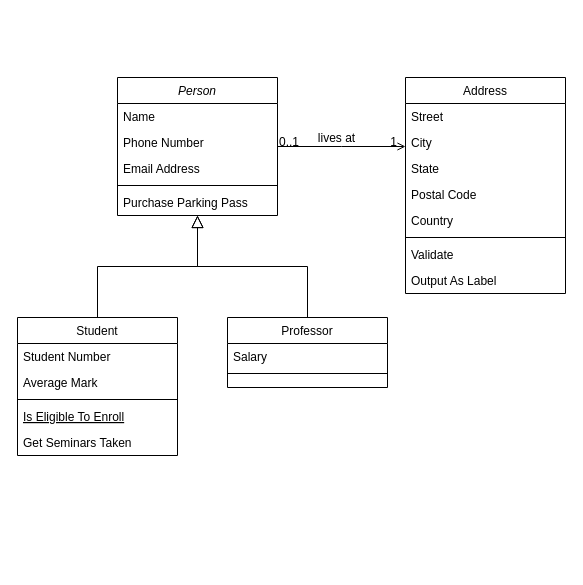
Before: Biểu đồ không có tiêu đề.drawio in nate-q-136/Huong-Dan-Lam-Web, a draw.io diagram. Source tidied: cells renumbered, new cells numbered last; positions are measured from the earlier drawing's top-left corner, leaving out a move shared by most shapes. Both pictures are drawn from the tidied source at 100%, with x=0, y=0 at pixel (17, 77).
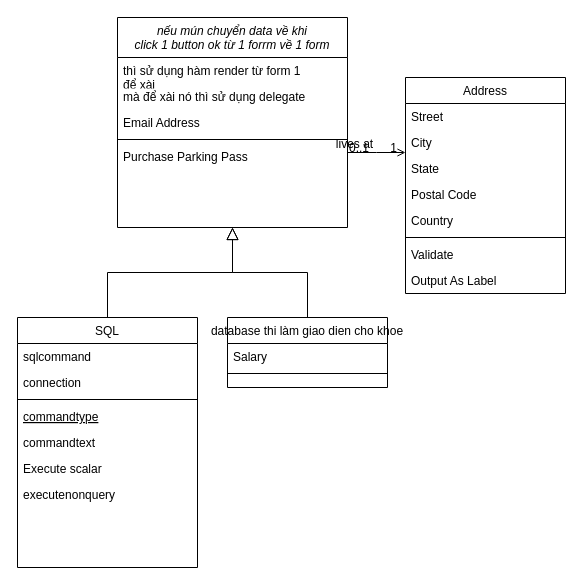
After the change.

Commit message:
Cập nhật Biểu đồ không có tiêu đề.drawio

Change to the diagram source:
```diff
@@
-    <mxCell id="2" value="Person" style="swimlane;fontStyle=2;align=center;verticalAlign=top;horizontal=1;startSize=26;rounded=0;shadow=0;strokeWidth=1;" parent="1" vertex="1">
-      <mxGeometry x="100" width="160" height="138" as="geometry" />
+    <mxCell id="2" value="nếu mún chuyển data về khi&#10;click 1 button ok từ 1 forrm về 1 form" style="swimlane;fontStyle=2;align=center;verticalAlign=top;horizontal=1;startSize=40;rounded=0;shadow=0;strokeWidth=1;" parent="1" vertex="1">
+      <mxGeometry x="100" y="-60" width="230" height="210" as="geometry" />
     </mxCell>
-    <mxCell id="3" value="Name" style="text;align=left;verticalAlign=top;spacingLeft=4;spacingRight=4;overflow=hidden;" parent="2" vertex="1">
-      <mxGeometry y="26" width="160" height="26" as="geometry" />
+    <mxCell id="3" value="thì sử dụng hàm render từ form 1&#10;để xài " style="text;align=left;verticalAlign=top;spacingLeft=4;spacingRight=4;overflow=hidden;" parent="2" vertex="1">
+      <mxGeometry y="40" width="230" height="26" as="geometry" />
     </mxCell>
-    <mxCell id="4" value="Phone Number" style="text;align=left;verticalAlign=top;spacingLeft=4;spacingRight=4;overflow=hidden;rounded=0;shadow=0;html=0;" parent="2" vertex="1">
-      <mxGeometry y="52" width="160" height="26" as="geometry" />
+    <mxCell id="4" value="mà để xài nó thì sử dụng delegate" style="text;align=left;verticalAlign=top;spacingLeft=4;spacingRight=4;overflow=hidden;rounded=0;shadow=0;html=0;" parent="2" vertex="1">
+      <mxGeometry y="66" width="230" height="26" as="geometry" />
     </mxCell>
     <mxCell id="5" value="Email Address" style="text;align=left;verticalAlign=top;spacingLeft=4;spacingRight=4;overflow=hidden;rounded=0;shadow=0;html=0;" parent="2" vertex="1">
-      <mxGeometry y="78" width="160" height="26" as="geometry" />
+      <mxGeometry y="92" width="230" height="26" as="geometry" />
     </mxCell>
     <mxCell id="6" style="line;html=1;strokeWidth=1;align=left;verticalAlign=middle;spacingTop=-1;spacingLeft=3;spacingRight=3;labelPosition=right;" parent="2" vertex="1">
-      <mxGeometry y="104" width="160" height="8" as="geometry" />
+      <mxGeometry y="118" width="230" height="8" as="geometry" />
     </mxCell>
     <mxCell id="7" value="Purchase Parking Pass" style="text;align=left;verticalAlign=top;spacingLeft=4;spacingRight=4;overflow=hidden;" parent="2" vertex="1">
-      <mxGeometry y="112" width="160" height="26" as="geometry" />
+      <mxGeometry y="126" width="230" height="26" as="geometry" />
     </mxCell>
-    <mxCell id="8" value="Student" style="swimlane;fontStyle=0;align=center;verticalAlign=top;horizontal=1;startSize=26;rounded=0;shadow=0;strokeWidth=1;" parent="1" vertex="1">
-      <mxGeometry y="240" width="160" height="138" as="geometry" />
+    <mxCell id="8" value="SQL" style="swimlane;fontStyle=0;align=center;verticalAlign=top;horizontal=1;startSize=26;rounded=0;shadow=0;strokeWidth=1;" parent="1" vertex="1">
+      <mxGeometry y="240" width="180" height="250" as="geometry" />
     </mxCell>
-    <mxCell id="9" value="Student Number" style="text;align=left;verticalAlign=top;spacingLeft=4;spacingRight=4;overflow=hidden;" parent="8" vertex="1">
-      <mxGeometry y="26" width="160" height="26" as="geometry" />
+    <mxCell id="9" value="sqlcommand    " style="text;align=left;verticalAlign=top;spacingLeft=4;spacingRight=4;overflow=hidden;" parent="8" vertex="1">
+      <mxGeometry y="26" width="180" height="26" as="geometry" />
     </mxCell>
-    <mxCell id="10" value="Average Mark" style="text;align=left;verticalAlign=top;spacingLeft=4;spacingRight=4;overflow=hidden;rounded=0;shadow=0;html=0;" parent="8" vertex="1">
-      <mxGeometry y="52" width="160" height="26" as="geometry" />
+    <mxCell id="10" value="connection" style="text;align=left;verticalAlign=top;spacingLeft=4;spacingRight=4;overflow=hidden;rounded=0;shadow=0;html=0;" parent="8" vertex="1">
+      <mxGeometry y="52" width="180" height="26" as="geometry" />
     </mxCell>
     <mxCell id="11" style="line;html=1;strokeWidth=1;align=left;verticalAlign=middle;spacingTop=-1;spacingLeft=3;spacingRight=3;labelPosition=right;" parent="8" vertex="1">
-      <mxGeometry y="78" width="160" height="8" as="geometry" />
+      <mxGeometry y="78" width="180" height="8" as="geometry" />
     </mxCell>
-    <mxCell id="12" value="Is Eligible To Enroll" style="text;align=left;verticalAlign=top;spacingLeft=4;spacingRight=4;overflow=hidden;fontStyle=4;" parent="8" vertex="1">
-      <mxGeometry y="86" width="160" height="26" as="geometry" />
+    <mxCell id="12" value="commandtype" style="text;align=left;verticalAlign=top;spacingLeft=4;spacingRight=4;overflow=hidden;fontStyle=4;" parent="8" vertex="1">
+      <mxGeometry y="86" width="180" height="26" as="geometry" />
     </mxCell>
-    <mxCell id="13" value="Get Seminars Taken" style="text;align=left;verticalAlign=top;spacingLeft=4;spacingRight=4;overflow=hidden;" parent="8" vertex="1">
-      <mxGeometry y="112" width="160" height="26" as="geometry" />
+    <mxCell id="13" value="commandtext" style="text;align=left;verticalAlign=top;spacingLeft=4;spacingRight=4;overflow=hidden;" parent="8" vertex="1">
+      <mxGeometry y="112" width="180" height="26" as="geometry" />
     </mxCell>
+    <mxCell id="32" value="Execute scalar" style="text;align=left;verticalAlign=top;spacingLeft=4;spacingRight=4;overflow=hidden;" parent="8" vertex="1">
+      <mxGeometry y="138" width="180" height="26" as="geometry" />
+    </mxCell>
+    <mxCell id="33" value="executenonquery" style="text;align=left;verticalAlign=top;spacingLeft=4;spacingRight=4;overflow=hidden;" parent="8" vertex="1">
+      <mxGeometry y="164" width="180" height="26" as="geometry" />
+    </mxCell>
@@
-    <mxCell id="15" value="Professor" style="swimlane;fontStyle=0;align=center;verticalAlign=top;horizontal=1;startSize=26;rounded=0;shadow=0;strokeWidth=1;" parent="1" vertex="1">
+    <mxCell id="15" value="database thi làm giao dien cho khoe" style="swimlane;fontStyle=0;align=center;verticalAlign=top;horizontal=1;startSize=26;rounded=0;shadow=0;strokeWidth=1;" parent="1" vertex="1">
       <mxGeometry x="210" y="240" width="160" height="70" as="geometry" />
     </mxCell>
```
